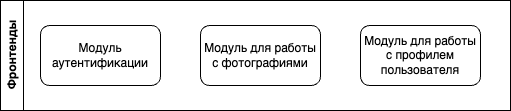
Earlier version of the draw.io export микрофронтеды.png (kuzmicheva-lyudmila/architecture-sprint-1). Source tidied: cells renumbered, new cells last; positions are measured from the earlier drawing's top-left corner, leaving out a move shared by most shapes.
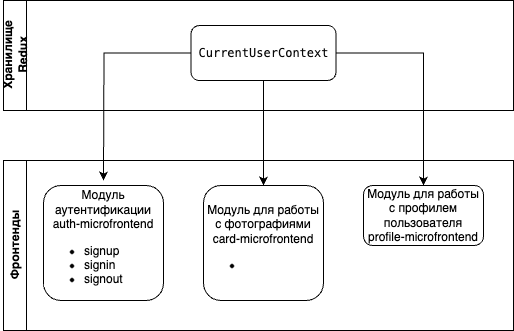
The same file after the commit.

Diff of the diagram source:
```diff
@@ -3,16 +3,33 @@
     <mxCell id="0" />
     <mxCell id="1" parent="0" />
     <mxCell id="2" value="Фронтенды" style="swimlane;horizontal=0;whiteSpace=wrap;html=1;" parent="1" vertex="1">
-      <mxGeometry width="510" height="110" as="geometry" />
+      <mxGeometry width="510" height="170" as="geometry" />
     </mxCell>
-    <mxCell id="3" value="Модуль аутентификации" style="rounded=1;whiteSpace=wrap;html=1;" parent="2" vertex="1">
-      <mxGeometry x="40" y="25" width="120" height="60" as="geometry" />
+    <mxCell id="3" value="Модуль аутентификации&lt;div&gt;auth-microfrontend&lt;/div&gt;&lt;div&gt;&lt;div style=&quot;background-color: rgb(255, 255, 255);&quot;&gt;&lt;pre style=&quot;&quot;&gt;&lt;pre style=&quot;&quot;&gt;&lt;ul style=&quot;&quot;&gt;&lt;li style=&quot;text-align: left;&quot;&gt;&lt;font face=&quot;Helvetica&quot;&gt;signup&lt;/font&gt;&lt;/li&gt;&lt;li style=&quot;text-align: left;&quot;&gt;&lt;font face=&quot;Helvetica&quot;&gt;signin&lt;/font&gt;&lt;/li&gt;&lt;li style=&quot;text-align: left;&quot;&gt;&lt;font face=&quot;Helvetica&quot;&gt;signout&lt;/font&gt;&lt;/li&gt;&lt;/ul&gt;&lt;/pre&gt;&lt;/pre&gt;&lt;/div&gt;&lt;/div&gt;" style="rounded=1;whiteSpace=wrap;html=1;" parent="2" vertex="1">
+      <mxGeometry x="40" y="25" width="120" height="115" as="geometry" />
     </mxCell>
-    <mxCell id="4" value="Модуль для работы с фотографиями" style="rounded=1;whiteSpace=wrap;html=1;" parent="2" vertex="1">
-      <mxGeometry x="200" y="25" width="120" height="60" as="geometry" />
+    <mxCell id="4" value="Модуль для работы с фотографиями&lt;div&gt;card-microfrontend&lt;/div&gt;&lt;div&gt;&lt;ul&gt;&lt;li style=&quot;text-align: left;&quot;&gt;&lt;br&gt;&lt;/li&gt;&lt;/ul&gt;&lt;/div&gt;" style="rounded=1;whiteSpace=wrap;html=1;" parent="2" vertex="1">
+      <mxGeometry x="200" y="25" width="120" height="115" as="geometry" />
     </mxCell>
-    <mxCell id="5" value="Модуль для работы с профилем пользователя" style="rounded=1;whiteSpace=wrap;html=1;" parent="2" vertex="1">
+    <mxCell id="5" value="Модуль для работы с профилем пользователя&lt;div&gt;profile-microfrontend&lt;/div&gt;" style="rounded=1;whiteSpace=wrap;html=1;" parent="2" vertex="1">
       <mxGeometry x="360" y="25" width="120" height="60" as="geometry" />
     </mxCell>
+    <mxCell id="6" value="Хранилище Redux" style="swimlane;horizontal=0;whiteSpace=wrap;html=1;" parent="1" vertex="1">
+      <mxGeometry y="-160" width="510" height="110" as="geometry" />
+    </mxCell>
+    <mxCell id="7" value="&lt;div style=&quot;background-color:#ffffff;color:#080808&quot;&gt;&lt;pre style=&quot;font-family:'JetBrains Mono',monospace;font-size:9,8pt;&quot;&gt;CurrentUserContext&lt;/pre&gt;&lt;/div&gt;" style="rounded=1;whiteSpace=wrap;html=1;" parent="6" vertex="1">
+      <mxGeometry x="187.5" y="25" width="145" height="55" as="geometry" />
+    </mxCell>
+    <mxCell id="8" style="edgeStyle=orthogonalEdgeStyle;rounded=0;jettySize=auto;html=1;" parent="1" edge="1" source="7">
+      <mxGeometry relative="1" as="geometry">
+        <mxPoint x="100" y="20" as="targetPoint" />
+      </mxGeometry>
+    </mxCell>
+    <mxCell id="9" style="edgeStyle=orthogonalEdgeStyle;rounded=0;jettySize=auto;html=1;" parent="1" edge="1" source="7" target="4">
+      <mxGeometry relative="1" as="geometry" />
+    </mxCell>
+    <mxCell id="10" style="edgeStyle=orthogonalEdgeStyle;rounded=0;jettySize=auto;html=1;entryX=0.5;entryY=0;entryDx=0;entryDy=0;" parent="1" edge="1" source="7" target="5">
+      <mxGeometry relative="1" as="geometry" />
+    </mxCell>
   </root>
 </mxGraphModel>
```
